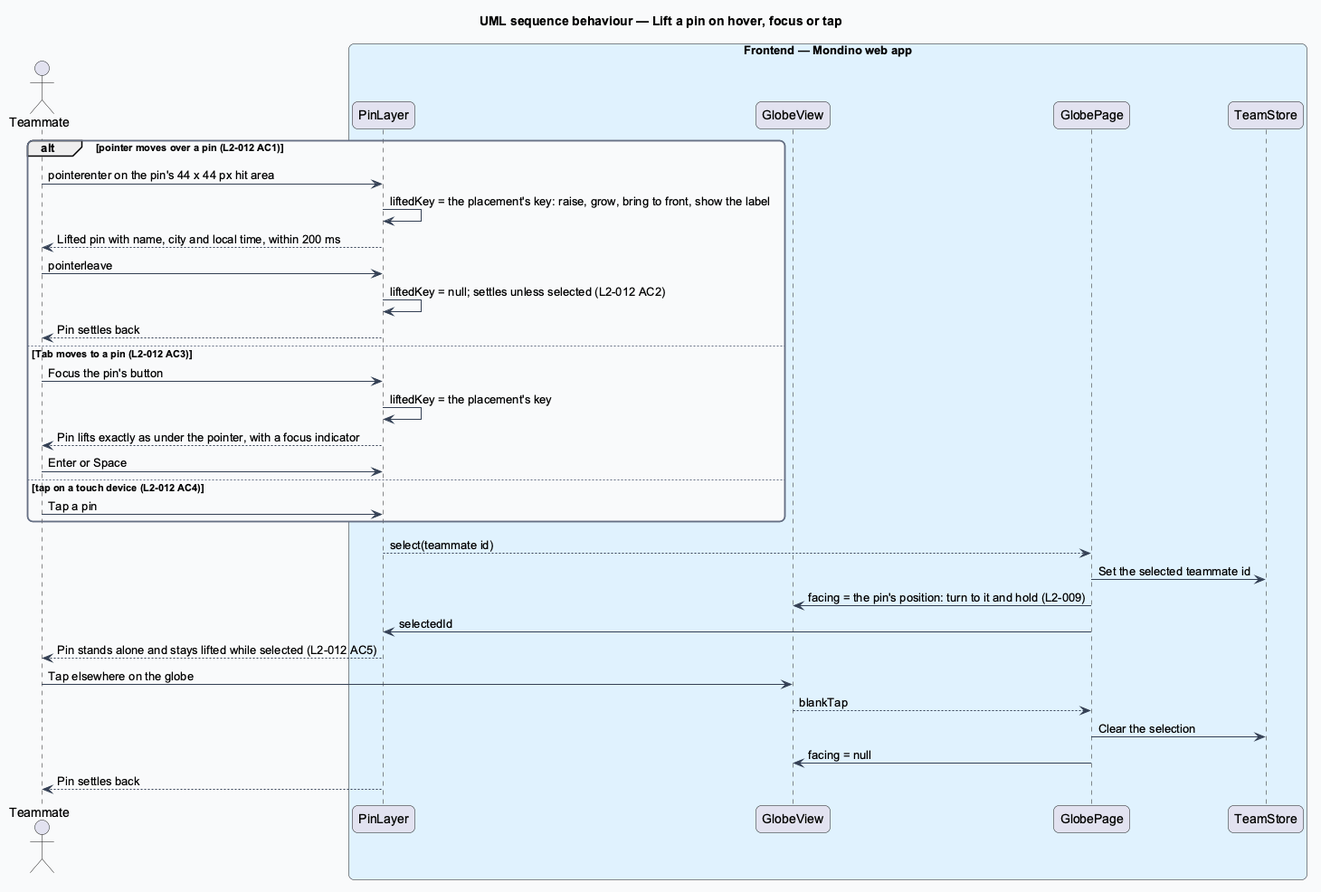
The PlantUML diagram docs/detailed-designs/globe/show-pins/diagrams/sequence-lift-pin.png in QuinntyneBrown/Mondino, before a commit.
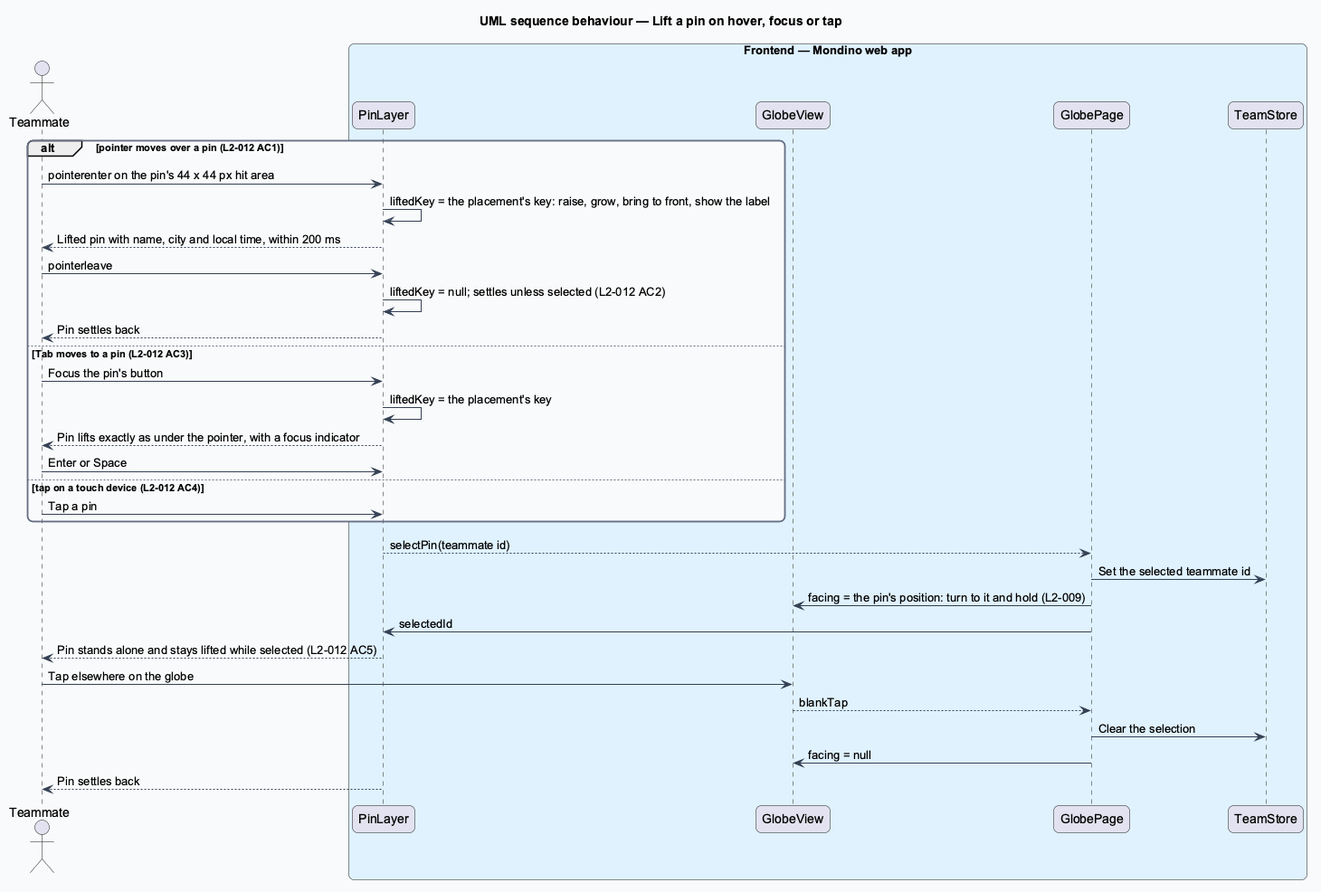
Above is the later version.

The edit, as a diff of the source:
```diff
@@ -36,7 +36,7 @@
 else tap on a touch device (L2-012 AC4)
   actor -> layer : Tap a pin
 end
-layer --> page : select(teammate id)
+layer --> page : selectPin(teammate id)
 page -> store : Set the selected teammate id
 page -> view : facing = the pin's position: turn to it and hold (L2-009)
 page -> layer : selectedId
```
